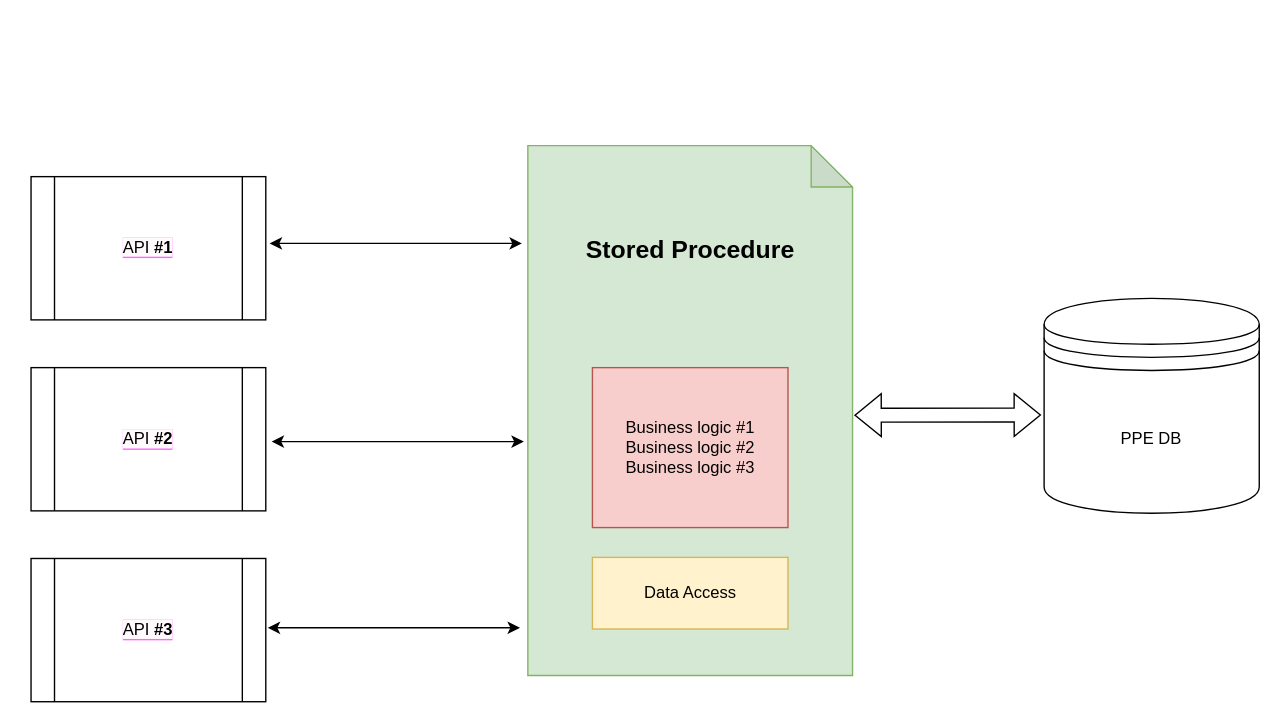
The draw.io diagram page "Page-1" (1 of 2) of Untitled Diagram.drawio in TUKAKKAR/TEMP, before the edit. Source tidied: cells renumbered, new cells numbered last; positions are measured from the earlier drawing's top-left corner, leaving out a move shared by most shapes. Both pictures are drawn from the tidied source at 138%, with x=0, y=0 at pixel (30, 145).
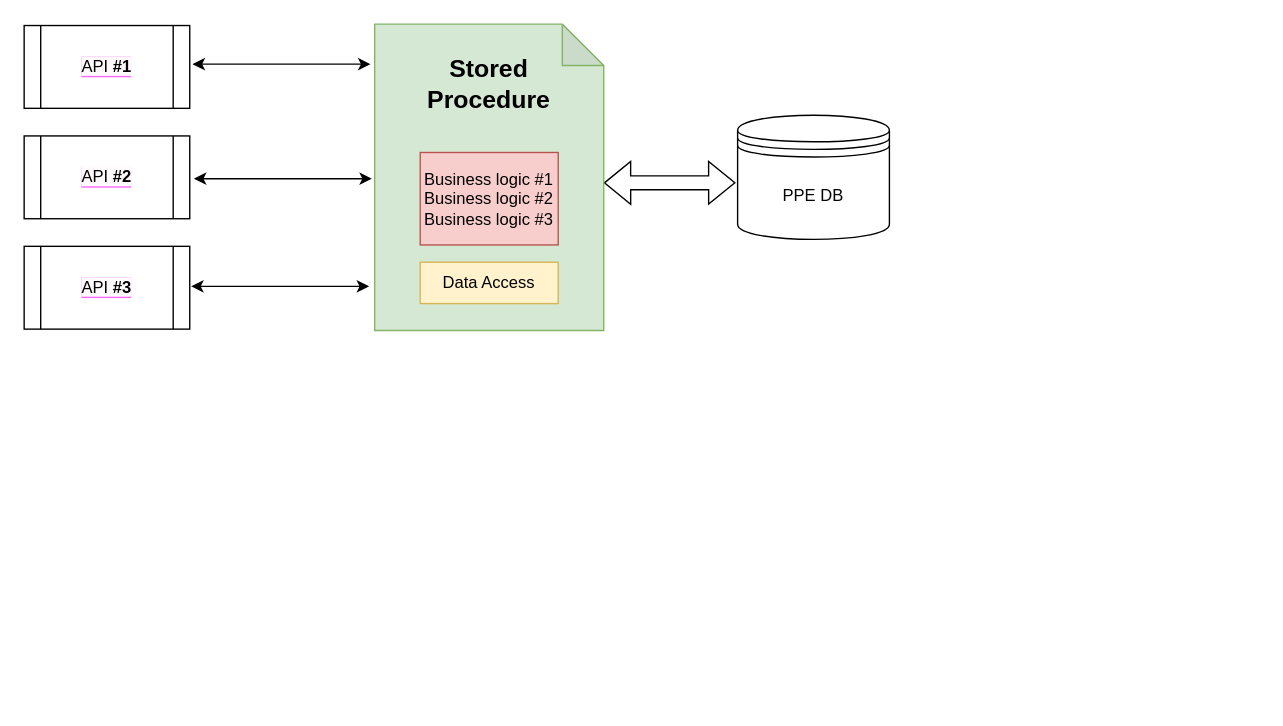
The same diagram, later.

What changed in the source:
```diff
@@
-    <mxCell id="2" style="group;" parent="1" vertex="1">
-      <mxGeometry width="890" height="403" as="geometry" />
-    </mxCell>
-    <mxCell id="3" value="PPE DB" style="shape=datastore;whiteSpace=wrap;html=1;" parent="2" vertex="1">
-      <mxGeometry x="734.1" y="110.7" width="155.9" height="155.7" as="geometry" />
+    <mxCell id="3" value="PPE DB" style="shape=datastore;whiteSpace=wrap;html=1;" parent="1" vertex="1">
+      <mxGeometry x="512" y="-22" width="110" height="90" as="geometry" />
     </mxCell>
-    <mxCell id="4" style="shape=flexArrow;endArrow=classic;startArrow=classic;html=1;rounded=0;entryX=-0.009;entryY=0.454;entryDx=0;entryDy=0;entryPerimeter=0;" parent="2" edge="1">
+    <mxCell id="4" style="shape=flexArrow;endArrow=classic;startArrow=classic;html=1;rounded=0;entryX=-0.009;entryY=0.454;entryDx=0;entryDy=0;entryPerimeter=0;" parent="1" edge="1">
       <mxGeometry relative="1" as="geometry">
-        <mxPoint x="596.6" y="195.4" as="sourcePoint" />
-        <mxPoint x="731.9" y="195.2" as="targetPoint" />
+        <mxPoint x="415" y="27" as="sourcePoint" />
+        <mxPoint x="510.5" y="26.9" as="targetPoint" />
       </mxGeometry>
     </mxCell>
-    <mxCell id="5" style="group;" parent="2" vertex="1">
-      <mxGeometry y="22.5" width="174.3" height="103.8" as="geometry" />
+    <mxCell id="5" style="group;" parent="1" vertex="1">
+      <mxGeometry x="-5" y="-87" width="123" height="60" as="geometry" />
     </mxCell>
     <mxCell id="6" value="&lt;span style=&quot;background-color: rgb(255, 250, 252);&quot;&gt;API &lt;b&gt;#1&lt;/b&gt;&lt;/span&gt;" style="shape=process;whiteSpace=wrap;html=1;backgroundOutline=1;labelBackgroundColor=#FF66FF;" parent="5" vertex="1">
-      <mxGeometry width="170.1" height="103.8" as="geometry" />
+      <mxGeometry width="120" height="60" as="geometry" />
     </mxCell>
-    <mxCell id="7" style="group;" parent="2" vertex="1">
-      <mxGeometry y="160.9" width="174.3" height="103.8" as="geometry" />
+    <mxCell id="7" style="group;" parent="1" vertex="1">
+      <mxGeometry x="-5" y="-7" width="123" height="60" as="geometry" />
     </mxCell>
     <mxCell id="8" value="&lt;span style=&quot;background-color: rgb(255, 250, 252);&quot;&gt;API &lt;b&gt;#2&lt;/b&gt;&lt;/span&gt;" style="shape=process;whiteSpace=wrap;html=1;backgroundOutline=1;labelBackgroundColor=#FF66FF;" parent="7" vertex="1">
-      <mxGeometry width="170.1" height="103.8" as="geometry" />
+      <mxGeometry width="120" height="60" as="geometry" />
     </mxCell>
-    <mxCell id="9" style="group;" parent="2" vertex="1">
-      <mxGeometry y="299.2" width="174.3" height="103.8" as="geometry" />
+    <mxCell id="9" style="group;" parent="1" vertex="1">
+      <mxGeometry x="-5" y="73" width="123" height="60" as="geometry" />
     </mxCell>
     <mxCell id="10" value="&lt;span style=&quot;background-color: rgb(255, 250, 252);&quot;&gt;API &lt;b&gt;#3&lt;/b&gt;&lt;/span&gt;" style="shape=process;whiteSpace=wrap;html=1;backgroundOutline=1;labelBackgroundColor=#FF66FF;" parent="9" vertex="1">
-      <mxGeometry width="170.1" height="103.8" as="geometry" />
+      <mxGeometry width="120" height="60" as="geometry" />
     </mxCell>
-    <mxCell id="11" style="group;" parent="2" vertex="1">
-      <mxGeometry x="360" width="235.3" height="384" as="geometry" />
+    <mxCell id="11" style="group;" parent="1" vertex="1">
+      <mxGeometry x="249" y="-88" width="166" height="222" as="geometry" />
     </mxCell>
     <mxCell id="12" style="shape=note;whiteSpace=wrap;html=1;backgroundOutline=1;darkOpacity=0.05;labelBackgroundColor=none;fillStyle=solid;fontSize=18;fillColor=#d5e8d4;strokeColor=#82b366;" parent="11" vertex="1">
-      <mxGeometry width="235.3" height="384" as="geometry" />
+      <mxGeometry width="166" height="222" as="geometry" />
     </mxCell>
     <mxCell id="13" value="Business logic #1&lt;br&gt;Business logic #2&lt;br&gt;Business logic #3" style="rounded=0;whiteSpace=wrap;html=1;labelBackgroundColor=none;fillStyle=solid;fillColor=#f8cecc;strokeColor=#b85450;" parent="11" vertex="1">
-      <mxGeometry x="46.8" y="160.9" width="141.7" height="115.9" as="geometry" />
+      <mxGeometry x="33" y="93" width="100" height="67" as="geometry" />
     </mxCell>
     <mxCell id="14" value="Data Access" style="rounded=0;whiteSpace=wrap;html=1;fillColor=#fff2cc;strokeColor=#d6b656;" parent="11" vertex="1">
-      <mxGeometry x="46.8" y="298.4" width="141.7" height="51.9" as="geometry" />
+      <mxGeometry x="33" y="172.5" width="100" height="30" as="geometry" />
     </mxCell>
     <mxCell id="15" value="Stored Procedure" style="rounded=0;whiteSpace=wrap;html=1;labelBackgroundColor=none;fillStyle=solid;fontSize=18;fillColor=none;fontStyle=1;verticalAlign=middle;strokeColor=none;" parent="11" vertex="1">
-      <mxGeometry x="36.8" y="39.8" width="161.6" height="72.6" as="geometry" />
+      <mxGeometry x="26" y="23" width="114" height="42" as="geometry" />
     </mxCell>
-    <mxCell id="16" style="endArrow=classic;startArrow=classic;html=1;rounded=0;fontSize=18;" parent="2" edge="1">
+    <mxCell id="16" style="endArrow=classic;startArrow=classic;html=1;rounded=0;fontSize=18;" parent="1" edge="1">
       <mxGeometry relative="1" as="geometry">
-        <mxPoint x="171.5" y="349.4" as="sourcePoint" />
-        <mxPoint x="354.3" y="349.4" as="targetPoint" />
+        <mxPoint x="116" y="102" as="sourcePoint" />
+        <mxPoint x="245" y="102" as="targetPoint" />
       </mxGeometry>
     </mxCell>
-    <mxCell id="17" style="endArrow=classic;startArrow=classic;html=1;rounded=0;fontSize=18;" parent="2" edge="1">
+    <mxCell id="17" style="endArrow=classic;startArrow=classic;html=1;rounded=0;fontSize=18;" parent="1" edge="1">
       <mxGeometry relative="1" as="geometry">
-        <mxPoint x="174.3" y="214.5" as="sourcePoint" />
-        <mxPoint x="357.1" y="214.5" as="targetPoint" />
+        <mxPoint x="118" y="24" as="sourcePoint" />
+        <mxPoint x="247" y="24" as="targetPoint" />
       </mxGeometry>
     </mxCell>
-    <mxCell id="18" style="endArrow=classic;startArrow=classic;html=1;rounded=0;fontSize=18;" parent="2" edge="1">
+    <mxCell id="18" style="endArrow=classic;startArrow=classic;html=1;rounded=0;fontSize=18;" parent="1" edge="1">
       <mxGeometry relative="1" as="geometry">
-        <mxPoint x="172.9" y="70.9" as="sourcePoint" />
-        <mxPoint x="355.7" y="70.9" as="targetPoint" />
+        <mxPoint x="117" y="-59" as="sourcePoint" />
+        <mxPoint x="246" y="-59" as="targetPoint" />
       </mxGeometry>
     </mxCell>
```
